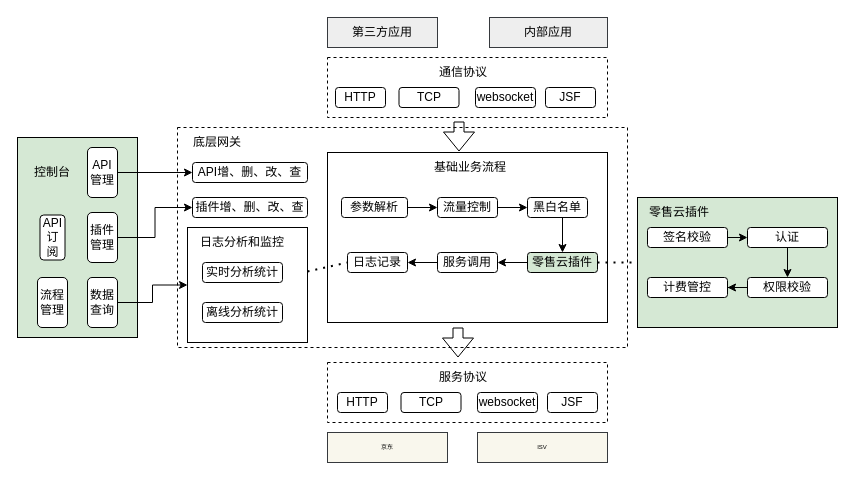
The draw.io diagram gateway.drawio in greenabyss/image, before the edit. Source tidied: cells renumbered, new cells numbered last; positions are measured from the earlier drawing's top-left corner, leaving out a move shared by most shapes. Both pictures are drawn from the tidied source at 100%, with x=0, y=0 at pixel (17, 17).
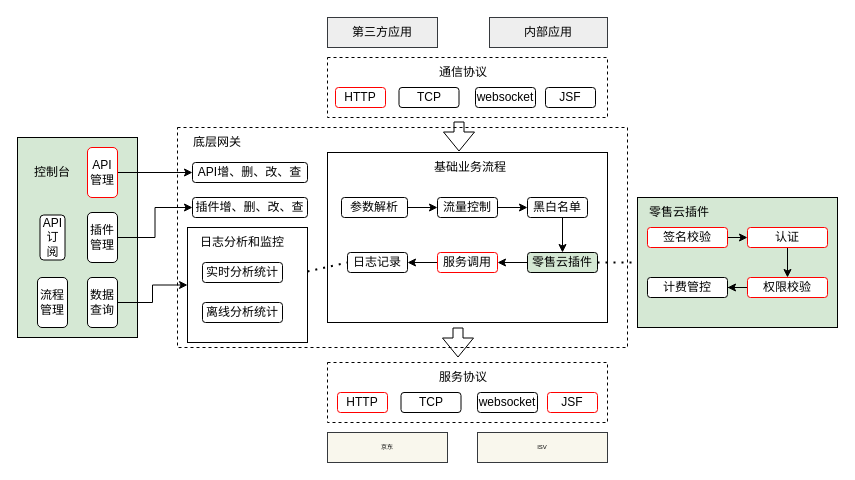
Above is the later version.

Change to the diagram source:
```diff
@@
-    <mxCell id="10" value="HTTP" style="rounded=1;whiteSpace=wrap;html=1;shadow=0;glass=0;sketch=0;strokeColor=#000000;" parent="1" vertex="1">
+    <mxCell id="10" value="HTTP" style="rounded=1;whiteSpace=wrap;html=1;shadow=0;glass=0;sketch=0;strokeColor=#FF0000;" parent="1" vertex="1">
       <mxGeometry x="320" y="375" width="50" height="20" as="geometry" />
     </mxCell>
@@
-    <mxCell id="14" value="JSF" style="rounded=1;whiteSpace=wrap;html=1;shadow=0;glass=0;sketch=0;strokeColor=#000000;" parent="1" vertex="1">
+    <mxCell id="14" value="JSF" style="rounded=1;whiteSpace=wrap;html=1;shadow=0;glass=0;sketch=0;strokeColor=#FF0000;" parent="1" vertex="1">
       <mxGeometry x="530" y="375" width="50" height="20" as="geometry" />
     </mxCell>
-    <mxCell id="15" value="HTTP" style="rounded=1;whiteSpace=wrap;html=1;shadow=0;glass=0;sketch=0;strokeColor=#000000;" parent="1" vertex="1">
+    <mxCell id="15" value="HTTP" style="rounded=1;whiteSpace=wrap;html=1;shadow=0;glass=0;sketch=0;strokeColor=#FF0000;" parent="1" vertex="1">
       <mxGeometry x="318" y="70" width="50" height="20" as="geometry" />
     </mxCell>
@@
-    <mxCell id="24" value="API管理" style="rounded=1;whiteSpace=wrap;html=1;" parent="1" vertex="1">
+    <mxCell id="24" value="API管理" style="rounded=1;whiteSpace=wrap;html=1;strokeColor=#FF0000;" parent="1" vertex="1">
       <mxGeometry x="70" y="130" width="30" height="50" as="geometry" />
     </mxCell>
@@
-    <mxCell id="38" value="服务调用" style="rounded=1;whiteSpace=wrap;html=1;shadow=0;glass=0;sketch=0;strokeColor=#000000;" parent="1" vertex="1">
+    <mxCell id="38" value="服务调用" style="rounded=1;whiteSpace=wrap;html=1;shadow=0;glass=0;sketch=0;strokeColor=#FF0000;" parent="1" vertex="1">
       <mxGeometry x="420" y="235" width="60" height="20" as="geometry" />
     </mxCell>
@@
-    <mxCell id="45" value="签名校验" style="rounded=1;whiteSpace=wrap;html=1;shadow=0;glass=0;sketch=0;strokeColor=#000000;" parent="1" vertex="1">
+    <mxCell id="45" value="签名校验" style="rounded=1;whiteSpace=wrap;html=1;shadow=0;glass=0;sketch=0;strokeColor=#FF0000;" parent="1" vertex="1">
       <mxGeometry x="630" y="210" width="80" height="20" as="geometry" />
     </mxCell>
@@
-    <mxCell id="47" value="认证" style="rounded=1;whiteSpace=wrap;html=1;shadow=0;glass=0;sketch=0;strokeColor=#000000;" parent="1" vertex="1">
+    <mxCell id="47" value="认证" style="rounded=1;whiteSpace=wrap;html=1;shadow=0;glass=0;sketch=0;strokeColor=#FF0000;" parent="1" vertex="1">
       <mxGeometry x="730" y="210" width="80" height="20" as="geometry" />
     </mxCell>
@@
-    <mxCell id="49" value="权限校验" style="rounded=1;whiteSpace=wrap;html=1;shadow=0;glass=0;sketch=0;strokeColor=#000000;" parent="1" vertex="1">
+    <mxCell id="49" value="权限校验" style="rounded=1;whiteSpace=wrap;html=1;shadow=0;glass=0;sketch=0;strokeColor=#FF0000;" parent="1" vertex="1">
       <mxGeometry x="730" y="260" width="80" height="20" as="geometry" />
     </mxCell>
```
